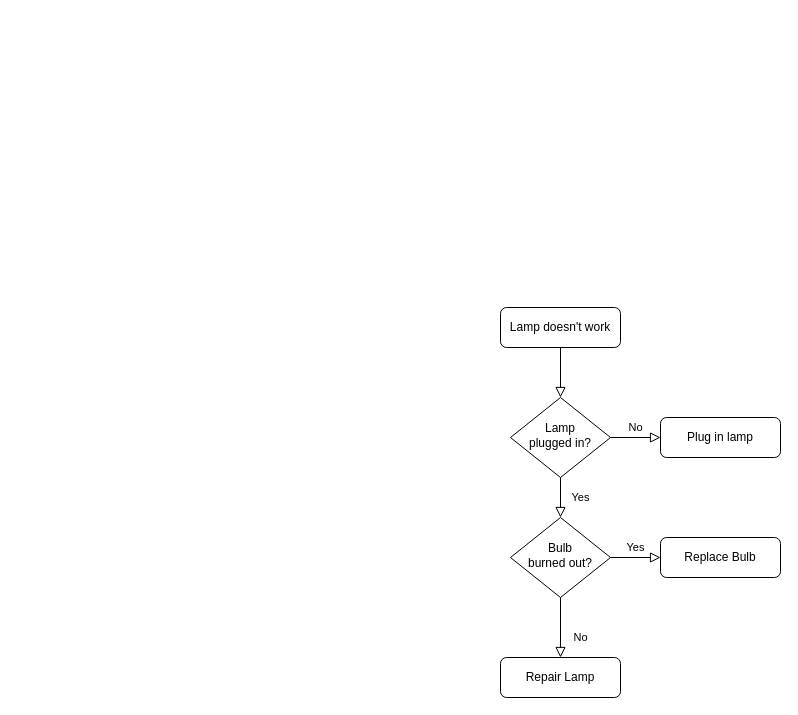
This is Diagrama sem nome.drawio from MauricioWittica/Hello-World, a draw.io file, before an edit. Source tidied: cells renumbered, new cells numbered last; positions are measured from the earlier drawing's top-left corner, leaving out a move shared by most shapes. Both pictures are drawn from the tidied source at 100%, with x=0, y=0 at pixel (500, 307).
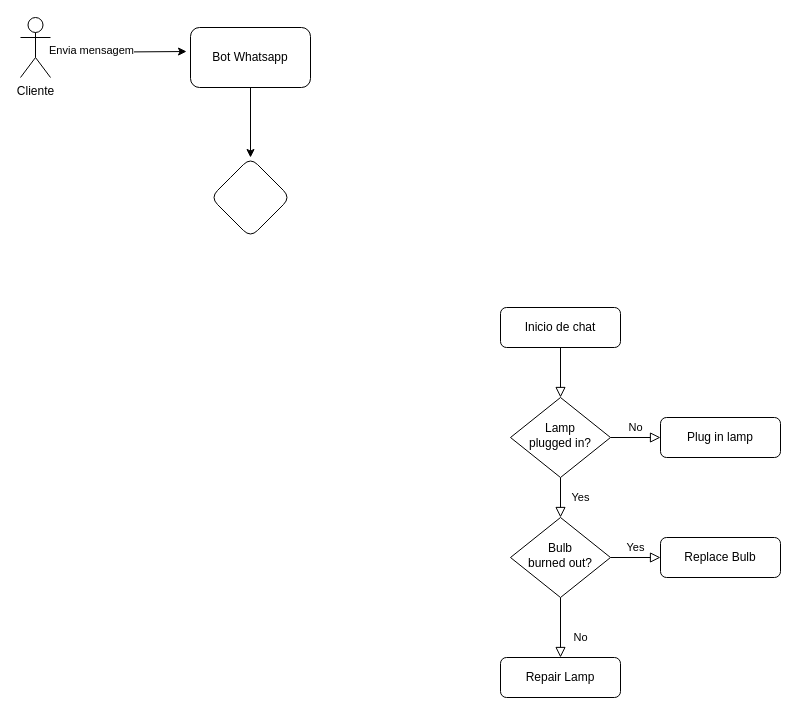
The same page after the edit.

Diff of the diagram source:
```diff
@@
 <mxGraphModel>
   <root>
     <mxCell id="0" />
     <mxCell id="1" parent="0" />
     <mxCell id="2" style="rounded=0;html=1;jettySize=auto;fontSize=11;endArrow=block;endFill=0;endSize=8;strokeWidth=1;shadow=0;labelBackgroundColor=none;edgeStyle=orthogonalEdgeStyle;" parent="1" edge="1" source="3" target="6">
       <mxGeometry relative="1" as="geometry" />
     </mxCell>
-    <mxCell id="3" value="Lamp doesn't work" style="rounded=1;whiteSpace=wrap;html=1;fontSize=12;glass=0;strokeWidth=1;shadow=0;" parent="1" vertex="1">
+    <mxCell id="3" value="Inicio de chat" style="rounded=1;whiteSpace=wrap;html=1;fontSize=12;glass=0;strokeWidth=1;shadow=0;" parent="1" vertex="1">
       <mxGeometry width="120" height="40" as="geometry" />
     </mxCell>
     <mxCell id="4" value="Yes" style="rounded=0;html=1;jettySize=auto;fontSize=11;endArrow=block;endFill=0;endSize=8;strokeWidth=1;shadow=0;labelBackgroundColor=none;edgeStyle=orthogonalEdgeStyle;" parent="1" edge="1" source="6" target="10">
       <mxGeometry y="20" relative="1" as="geometry" />
     </mxCell>
     <mxCell id="5" value="No" style="edgeStyle=orthogonalEdgeStyle;rounded=0;html=1;jettySize=auto;fontSize=11;endArrow=block;endFill=0;endSize=8;strokeWidth=1;shadow=0;labelBackgroundColor=none;" parent="1" edge="1" source="6" target="7">
       <mxGeometry y="10" relative="1" as="geometry" />
     </mxCell>
     <mxCell id="6" value="Lamp&lt;br&gt;plugged in?" style="rhombus;whiteSpace=wrap;html=1;shadow=0;fontFamily=Helvetica;fontSize=12;align=center;strokeWidth=1;spacing=6;spacingTop=-4;" parent="1" vertex="1">
       <mxGeometry x="10" y="90" width="100" height="80" as="geometry" />
     </mxCell>
     <mxCell id="7" value="Plug in lamp" style="rounded=1;whiteSpace=wrap;html=1;fontSize=12;glass=0;strokeWidth=1;shadow=0;" parent="1" vertex="1">
       <mxGeometry x="160" y="110" width="120" height="40" as="geometry" />
     </mxCell>
     <mxCell id="8" value="No" style="rounded=0;html=1;jettySize=auto;fontSize=11;endArrow=block;endFill=0;endSize=8;strokeWidth=1;shadow=0;labelBackgroundColor=none;edgeStyle=orthogonalEdgeStyle;" parent="1" edge="1" source="10" target="11">
       <mxGeometry x="0.33" y="20" relative="1" as="geometry" />
     </mxCell>
     <mxCell id="9" value="Yes" style="edgeStyle=orthogonalEdgeStyle;rounded=0;html=1;jettySize=auto;fontSize=11;endArrow=block;endFill=0;endSize=8;strokeWidth=1;shadow=0;labelBackgroundColor=none;" parent="1" edge="1" source="10" target="12">
       <mxGeometry y="10" relative="1" as="geometry" />
     </mxCell>
     <mxCell id="10" value="Bulb&lt;br&gt;burned out?" style="rhombus;whiteSpace=wrap;html=1;shadow=0;fontFamily=Helvetica;fontSize=12;align=center;strokeWidth=1;spacing=6;spacingTop=-4;" parent="1" vertex="1">
       <mxGeometry x="10" y="210" width="100" height="80" as="geometry" />
     </mxCell>
     <mxCell id="11" value="Repair Lamp" style="rounded=1;whiteSpace=wrap;html=1;fontSize=12;glass=0;strokeWidth=1;shadow=0;" parent="1" vertex="1">
       <mxGeometry y="350" width="120" height="40" as="geometry" />
     </mxCell>
     <mxCell id="12" value="Replace Bulb" style="rounded=1;whiteSpace=wrap;html=1;fontSize=12;glass=0;strokeWidth=1;shadow=0;" parent="1" vertex="1">
       <mxGeometry x="160" y="230" width="120" height="40" as="geometry" />
     </mxCell>
+    <mxCell id="13" value="Cliente" style="shape=umlActor;verticalLabelPosition=bottom;verticalAlign=top;html=1;" parent="1" vertex="1">
+      <mxGeometry x="-480" y="-290" width="30" height="60" as="geometry" />
+    </mxCell>
+    <mxCell id="14" style="endArrow=classic;html=1;rounded=0;entryX=-0.033;entryY=0.4;entryDx=0;entryDy=0;entryPerimeter=0;" parent="1" edge="1" target="17">
+      <mxGeometry relative="1" as="geometry">
+        <mxPoint x="-450" y="-255" as="sourcePoint" />
+      </mxGeometry>
+    </mxCell>
+    <mxCell id="15" value="Envia mensagem" style="edgeLabel;html=1;align=center;verticalAlign=middle;" parent="14" vertex="1">
+      <mxGeometry x="-0.4" y="2" relative="1" as="geometry" />
+    </mxCell>
+    <mxCell id="16" style="edgeStyle=orthogonalEdgeStyle;rounded=0;jettySize=auto;html=1;" parent="1" edge="1" source="17" target="18">
+      <mxGeometry relative="1" as="geometry" />
+    </mxCell>
+    <mxCell id="17" value="Bot Whatsapp" style="rounded=1;whiteSpace=wrap;html=1;" parent="1" vertex="1">
+      <mxGeometry x="-310" y="-280" width="120" height="60" as="geometry" />
+    </mxCell>
+    <mxCell id="18" style="rhombus;whiteSpace=wrap;html=1;rounded=1;" parent="1" vertex="1">
+      <mxGeometry x="-290" y="-150" width="80" height="80" as="geometry" />
+    </mxCell>
   </root>
 </mxGraphModel>
```
